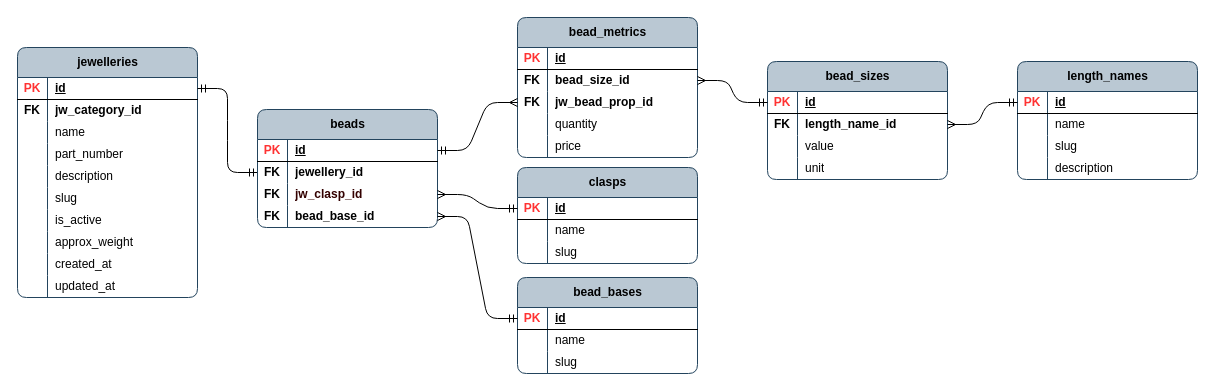
Above: page "jw_bead_props" (12 of 14) of publisher/laravel-app/psql_jewellery_items.drawio in Local-development-environment/msg-brokers-publisher-consumer (draw.io), before the change. Source tidied: cells renumbered, new cells numbered last; positions are measured from the earlier drawing's top-left corner, leaving out a move shared by most shapes. Both pictures are drawn from the tidied source at 100%, with x=0, y=0 at pixel (17, 17).
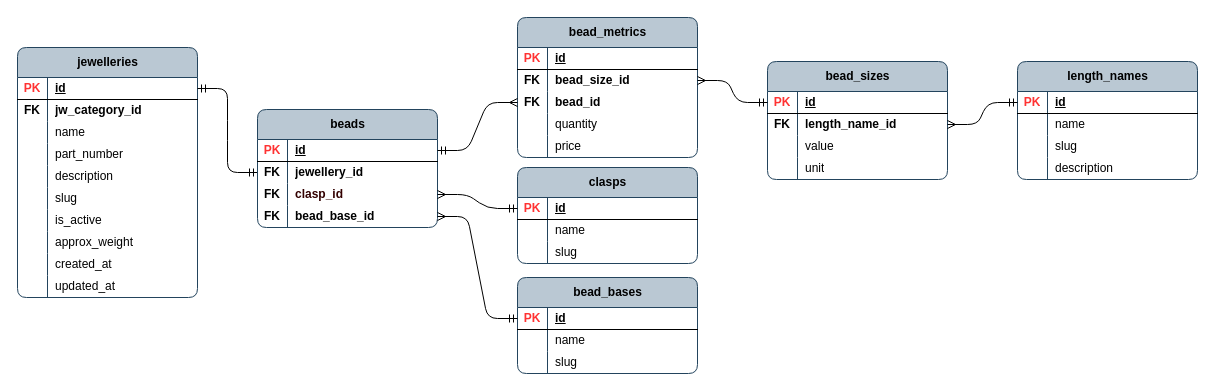
The same page after the edit.

The change refers to these unchanged cells:
```xml
<mxCell id="41" style="shape=tableRow;horizontal=0;startSize=0;swimlaneHead=0;swimlaneBody=0;fillColor=none;points=[[0,0.5],[1,0.5]];portConstraint=eastwest;top=0;left=0;right=0;bottom=0;rounded=0;" parent="34" vertex="1">
  <mxGeometry y="74" width="180" height="22" as="geometry" />
</mxCell>
<mxCell id="54" style="shape=tableRow;horizontal=0;startSize=0;swimlaneHead=0;swimlaneBody=0;fillColor=none;points=[[0,0.5],[1,0.5]];portConstraint=eastwest;top=0;left=0;right=0;bottom=0;rounded=0;" parent="47" vertex="1">
  <mxGeometry y="74" width="180" height="22" as="geometry" />
</mxCell>
```

Change to the diagram source:
```diff
@@
-    <mxCell id="43" value="&lt;b&gt;&lt;font style=&quot;color: rgb(51, 0, 0);&quot;&gt;jw_clasp_id&amp;nbsp;&lt;/font&gt;&lt;/b&gt;" style="shape=partialRectangle;fillColor=none;top=0;left=0;bottom=0;right=0;align=left;spacingLeft=6;overflow=hidden;whiteSpace=wrap;html=1;" parent="41" vertex="1">
+    <mxCell id="43" value="&lt;b&gt;&lt;font style=&quot;color: rgb(51, 0, 0);&quot;&gt;clasp_id&amp;nbsp;&lt;/font&gt;&lt;/b&gt;" style="shape=partialRectangle;fillColor=none;top=0;left=0;bottom=0;right=0;align=left;spacingLeft=6;overflow=hidden;whiteSpace=wrap;html=1;" parent="41" vertex="1">
       <mxGeometry x="30" width="150" height="22" as="geometry" />
     </mxCell>
@@
-    <mxCell id="56" value="&lt;b&gt;jw_bead_prop_id&lt;/b&gt;" style="shape=partialRectangle;fillColor=none;top=0;left=0;bottom=0;right=0;align=left;spacingLeft=6;overflow=hidden;whiteSpace=wrap;html=1;" parent="54" vertex="1">
+    <mxCell id="56" value="&lt;b&gt;bead_id&lt;/b&gt;" style="shape=partialRectangle;fillColor=none;top=0;left=0;bottom=0;right=0;align=left;spacingLeft=6;overflow=hidden;whiteSpace=wrap;html=1;" parent="54" vertex="1">
       <mxGeometry x="30" width="150" height="22" as="geometry" />
     </mxCell>
```
